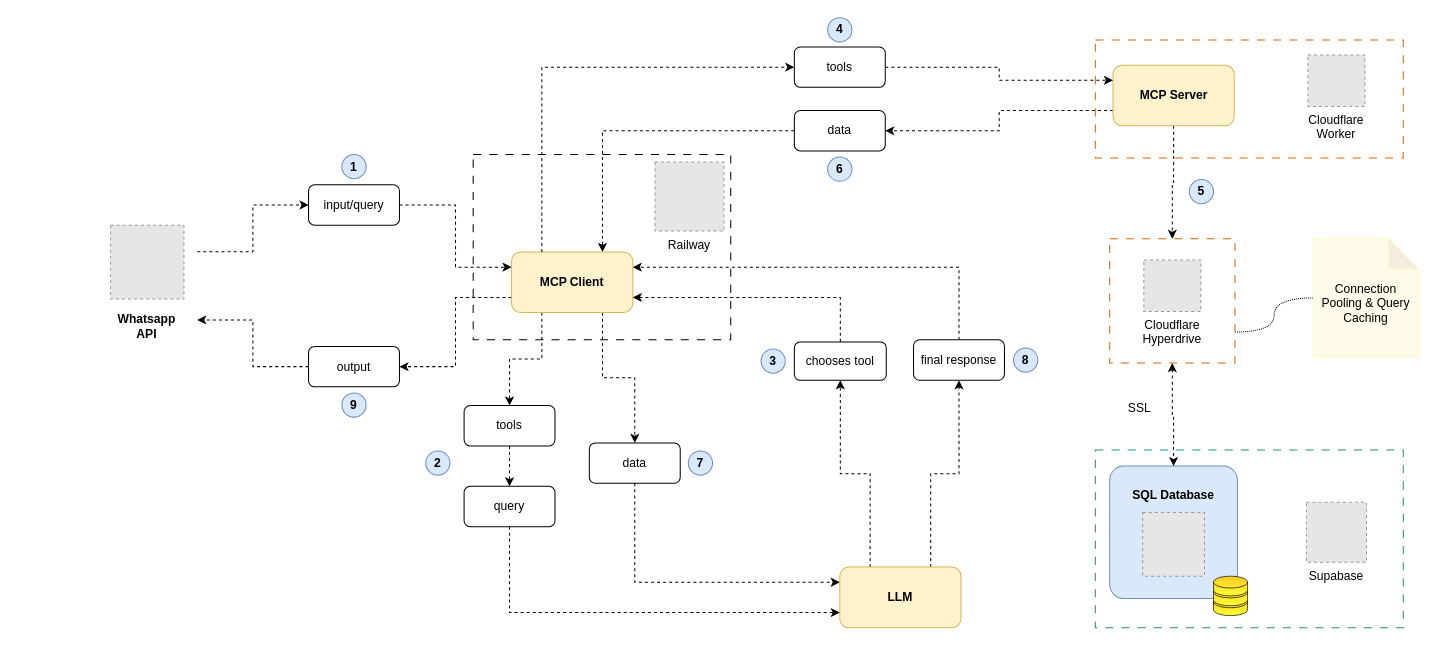
Above: docs/mcp-arquitecture/mcp-quento.drawio in PietrantuonoFranco/quento-ai-agent (draw.io), before the change. Source tidied: cells renumbered, new cells numbered last; positions are measured from the earlier drawing's top-left corner, leaving out a move shared by most shapes. Both pictures are drawn from the tidied source at 101%, with x=0, y=0 at pixel (102, 17). Pictures stored in the file or linked from it are replaced by grey dashed boxes.
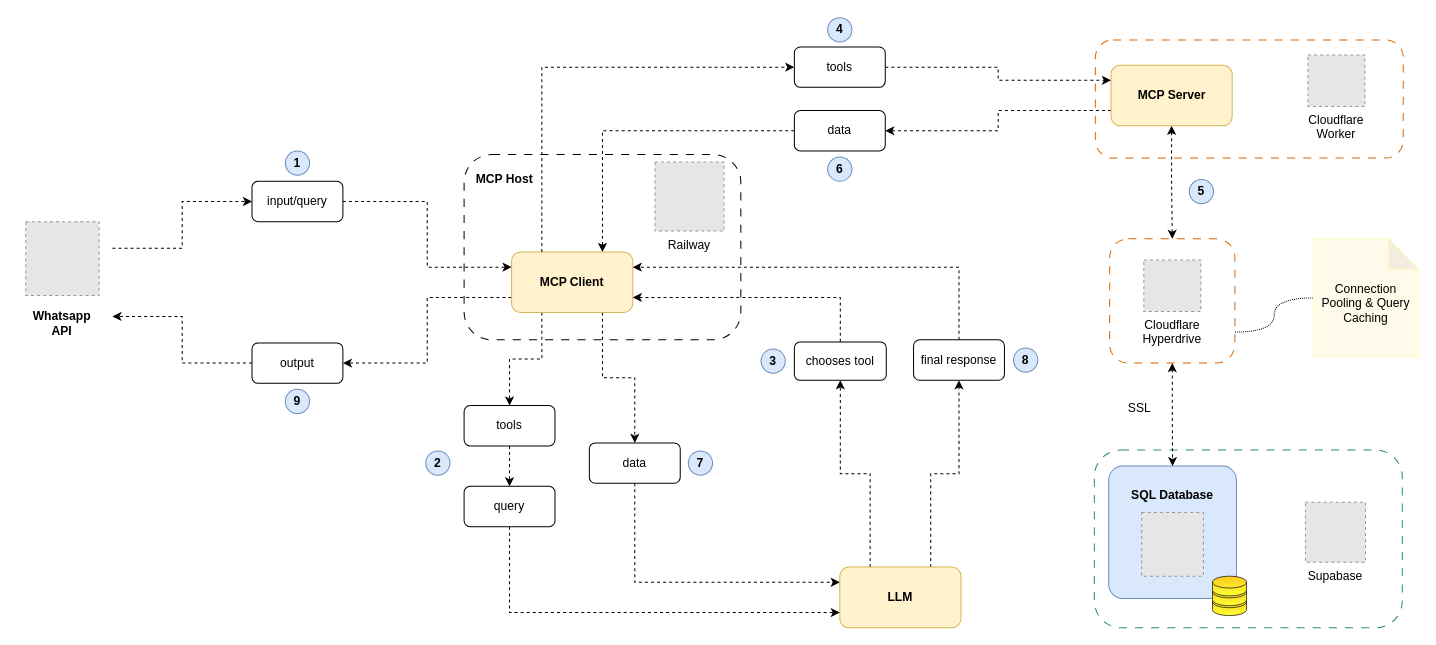
The same page after the edit.

Commit message (it also covers changes not shown here):
docs: update mcp-arquitecture documentation

Unchanged cells that the change refers to:
```xml
<mxCell id="9" value="&lt;b&gt;MCP Client&lt;/b&gt;" style="rounded=1;whiteSpace=wrap;html=1;fillColor=#fff2cc;strokeColor=#d6b656;" parent="1" vertex="1">
  <mxGeometry x="405" y="232" width="120" height="60" as="geometry" />
</mxCell>
<mxCell id="25" value="chooses tool" style="rounded=1;whiteSpace=wrap;html=1;" parent="1" vertex="1">
  <mxGeometry x="685" y="321" width="91" height="38" as="geometry" />
</mxCell>
```

What changed in the source:
```diff
@@
+    <mxCell id="48" style="rounded=1;whiteSpace=wrap;html=1;dashed=1;dashPattern=8 8;fillColor=none;strokeColor=#D96504;strokeWidth=1;" parent="1" vertex="1">
+      <mxGeometry x="983" y="22" width="304.9" height="117" as="geometry" />
+    </mxCell>
+    <mxCell id="50" value="&lt;b&gt;MCP Host&lt;/b&gt;" style="rounded=1;whiteSpace=wrap;html=1;dashed=1;dashPattern=8 8;fillColor=none;strokeColor=#000000;strokeWidth=1;glass=0;align=left;verticalAlign=top;spacingTop=10;spacingLeft=10;" parent="1" vertex="1">
+      <mxGeometry x="358" y="135.5" width="274" height="183.5" as="geometry" />
+    </mxCell>
@@
-    <mxCell id="4" style="edgeStyle=orthogonalEdgeStyle;rounded=0;jettySize=auto;html=1;exitX=0.5;exitY=1;exitDx=0;exitDy=0;entryX=0.5;entryY=0;entryDx=0;entryDy=0;dashed=1;" parent="1" edge="1" source="5" target="54">
+    <mxCell id="4" style="edgeStyle=orthogonalEdgeStyle;rounded=0;jettySize=auto;html=1;exitX=0.5;exitY=1;exitDx=0;exitDy=0;entryX=0.5;entryY=0;entryDx=0;entryDy=0;dashed=1;startArrow=classic;startFill=1;" parent="1" edge="1" source="5" target="54">
       <mxGeometry relative="1" as="geometry" />
     </mxCell>
     <mxCell id="5" value="&lt;b&gt;MCP Server&lt;/b&gt;" style="rounded=1;whiteSpace=wrap;html=1;glass=0;fillColor=#fff2cc;strokeColor=#d6b656;" parent="1" vertex="1">
-      <mxGeometry x="1000.5" y="47" width="120" height="60" as="geometry" />
+      <mxGeometry x="998.5" y="47" width="120" height="60" as="geometry" />
     </mxCell>
@@
     <mxCell id="16" style="rounded=0;whiteSpace=wrap;html=1;fillColor=none;dashed=1;dashPattern=12 12;strokeColor=none;" parent="1" vertex="1">
-      <mxGeometry y="198" width="93.8" height="135" as="geometry" />
+      <mxGeometry x="-84" y="194.5" width="93.8" height="135" as="geometry" />
     </mxCell>
     <mxCell id="17" value="input/query" style="rounded=1;whiteSpace=wrap;html=1;" parent="1" vertex="1">
-      <mxGeometry x="204" y="165.5" width="90" height="40" as="geometry" />
+      <mxGeometry x="148" y="162" width="90" height="40" as="geometry" />
     </mxCell>
@@
-    <mxCell id="24" style="edgeStyle=orthogonalEdgeStyle;rounded=0;jettySize=auto;html=1;entryX=1;entryY=0.75;entryDx=0;entryDy=0;dashed=1;exitX=0.5;exitY=0;exitDx=0;exitDy=0;" parent="1" edge="1" source="25" target="9">
-      <mxGeometry relative="1" as="geometry" />
-    </mxCell>
@@
     <mxCell id="29" value="output" style="rounded=1;whiteSpace=wrap;html=1;" parent="1" vertex="1">
-      <mxGeometry x="204" y="325.5" width="90" height="40" as="geometry" />
+      <mxGeometry x="148" y="322" width="90" height="40" as="geometry" />
     </mxCell>
     <mxCell id="30" value="&lt;b&gt;Whatsapp API&lt;/b&gt;" style="text;html=1;whiteSpace=wrap;strokeColor=none;fillColor=none;align=center;verticalAlign=middle;rounded=0;" parent="1" vertex="1">
-      <mxGeometry x="14.3" y="291" width="60" height="30" as="geometry" />
+      <mxGeometry x="-69.7" y="287.5" width="60" height="30" as="geometry" />
     </mxCell>
@@
     <mxCell id="33" value="&lt;b&gt;1&lt;/b&gt;" style="ellipse;whiteSpace=wrap;html=1;fillColor=#dae8fc;strokeColor=#6c8ebf;" parent="1" vertex="1">
-      <mxGeometry x="237" y="135.5" width="24" height="24" as="geometry" />
+      <mxGeometry x="181" y="132" width="24" height="24" as="geometry" />
     </mxCell>
@@
     <mxCell id="42" value="&lt;b&gt;9&lt;/b&gt;" style="ellipse;whiteSpace=wrap;html=1;fillColor=#dae8fc;strokeColor=#6c8ebf;" parent="1" vertex="1">
-      <mxGeometry x="237" y="371.5" width="24" height="24" as="geometry" />
+      <mxGeometry x="181" y="368" width="24" height="24" as="geometry" />
     </mxCell>
     <mxCell id="43" value="&lt;font color=&quot;#000000&quot; style=&quot;font-size: 12px;&quot; face=&quot;Helvetica&quot;&gt;&lt;b&gt;SQL Database&lt;/b&gt;&lt;/font&gt;" style="rounded=1;whiteSpace=wrap;html=1;shadow=0;comic=0;strokeColor=#6c8ebf;strokeWidth=1;fillColor=#dae8fc;fontFamily=Verdana;fontSize=28;align=center;arcSize=11;verticalAlign=top;" parent="1" vertex="1">
-      <mxGeometry x="997.2" y="444" width="126.5" height="131" as="geometry" />
+      <mxGeometry x="996.2" y="444" width="126.5" height="131" as="geometry" />
     </mxCell>
     <mxCell id="44" style="fillColor=#E6E6E6;strokeColor=#999999;dashed=1;verticalLabelPosition=bottom;labelBackgroundColor=default;verticalAlign=top;" parent="1" vertex="1">
-      <mxGeometry x="1029.9" y="490" width="61.1" height="63" as="geometry" />
+      <mxGeometry x="1028.9" y="490" width="61.1" height="63" as="geometry" />
     </mxCell>
     <mxCell id="45" style="fontColor=#0066CC;verticalAlign=top;verticalLabelPosition=bottom;labelPosition=center;align=center;html=1;fillColor=#FFC820;strokeColor=default;gradientColor=#FFFF33;gradientDirection=south;strokeWidth=4;shape=mxgraph.networks.storage;rounded=0;shadow=0;comic=0;" parent="1" vertex="1">
-      <mxGeometry x="1100" y="553" width="33.7" height="39" as="geometry" />
+      <mxGeometry x="1099" y="553" width="33.7" height="39" as="geometry" />
     </mxCell>
-    <mxCell id="46" style="rounded=0;whiteSpace=wrap;html=1;dashed=1;dashPattern=8 8;fillColor=none;strokeColor=#249361;strokeWidth=1;glass=0;" parent="1" vertex="1">
-      <mxGeometry x="983" y="428" width="304.9" height="176" as="geometry" />
+    <mxCell id="46" style="rounded=1;whiteSpace=wrap;html=1;dashed=1;dashPattern=8 8;fillColor=none;strokeColor=#249361;strokeWidth=1;glass=0;" parent="1" vertex="1">
+      <mxGeometry x="982" y="428" width="304.9" height="176" as="geometry" />
     </mxCell>
     <mxCell id="47" value="Supabase" style="fillColor=#E6E6E6;strokeColor=#999999;dashed=1;verticalLabelPosition=bottom;labelBackgroundColor=default;verticalAlign=top;" parent="1" vertex="1">
-      <mxGeometry x="1192" y="479.8" width="59.5" height="59.5" as="geometry" />
+      <mxGeometry x="1191" y="479.8" width="59.5" height="59.5" as="geometry" />
     </mxCell>
-    <mxCell id="48" style="rounded=0;whiteSpace=wrap;html=1;dashed=1;dashPattern=8 8;fillColor=none;strokeColor=#D96504;strokeWidth=1;" parent="1" vertex="1">
-      <mxGeometry x="983" y="22" width="304.9" height="117" as="geometry" />
-    </mxCell>
@@
-    <mxCell id="50" style="rounded=0;whiteSpace=wrap;html=1;dashed=1;dashPattern=8 8;fillColor=none;strokeColor=#000000;strokeWidth=1;glass=0;" parent="1" vertex="1">
-      <mxGeometry x="367" y="135.5" width="255" height="183.5" as="geometry" />
-    </mxCell>
     <mxCell id="51" style="fillColor=#E6E6E6;strokeColor=#999999;dashed=1;verticalLabelPosition=bottom;labelBackgroundColor=default;verticalAlign=top;" parent="1" vertex="1">
-      <mxGeometry x="8" y="205.5" width="72.6" height="73" as="geometry" />
+      <mxGeometry x="-76" y="202" width="72.6" height="73" as="geometry" />
     </mxCell>
@@
-    <mxCell id="54" style="rounded=0;whiteSpace=wrap;html=1;dashed=1;dashPattern=8 8;fillColor=none;strokeColor=#D96504;strokeWidth=1;" parent="1" vertex="1">
+    <mxCell id="54" style="rounded=1;whiteSpace=wrap;html=1;dashed=1;dashPattern=8 8;fillColor=none;strokeColor=#D96504;strokeWidth=1;" parent="1" vertex="1">
       <mxGeometry x="997.2" y="219" width="124" height="123" as="geometry" />
     </mxCell>
@@
+    <mxCell id="24" style="edgeStyle=orthogonalEdgeStyle;rounded=0;jettySize=auto;html=1;entryX=1;entryY=0.75;entryDx=0;entryDy=0;dashed=1;exitX=0.5;exitY=0;exitDx=0;exitDy=0;" parent="1" edge="1" source="25" target="9">
+      <mxGeometry relative="1" as="geometry" />
+    </mxCell>
```
